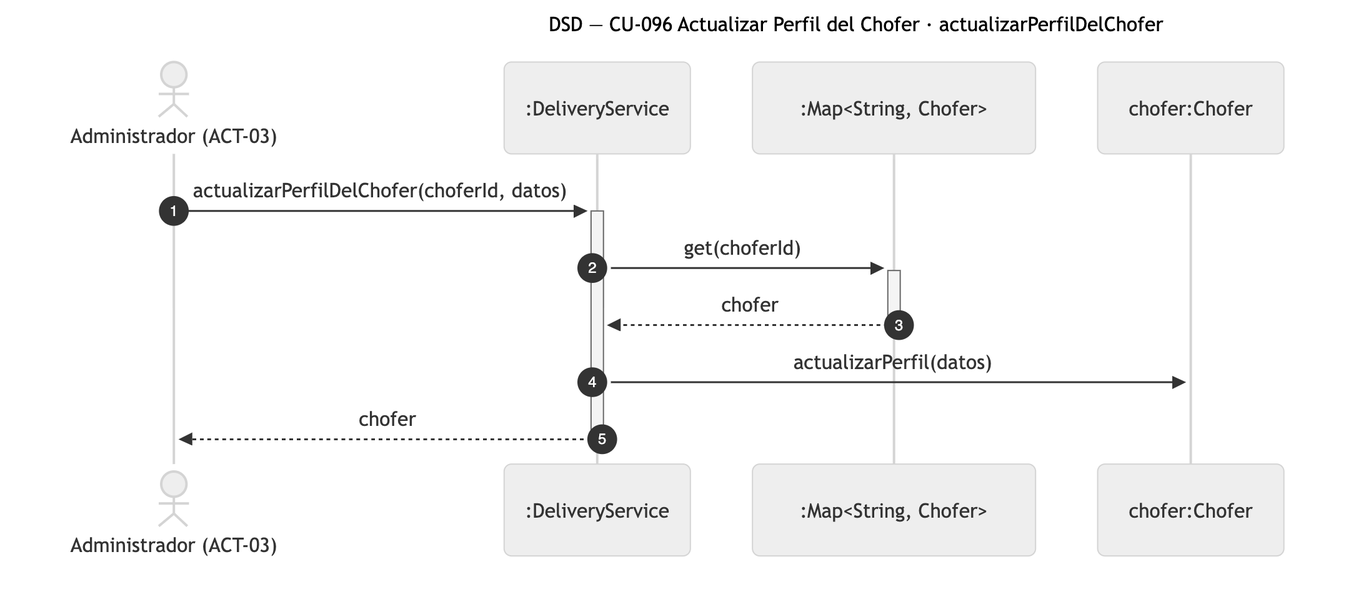
Earlier version of the Mermaid export diagramas/png/DSD_CU-096_actualizarPerfilDelChofer.png (Nahuelito-Dev/splg-docs). Its source is kept beside it as diagramas/DSD_CU-096_actualizarPerfilDelChofer.mmd.
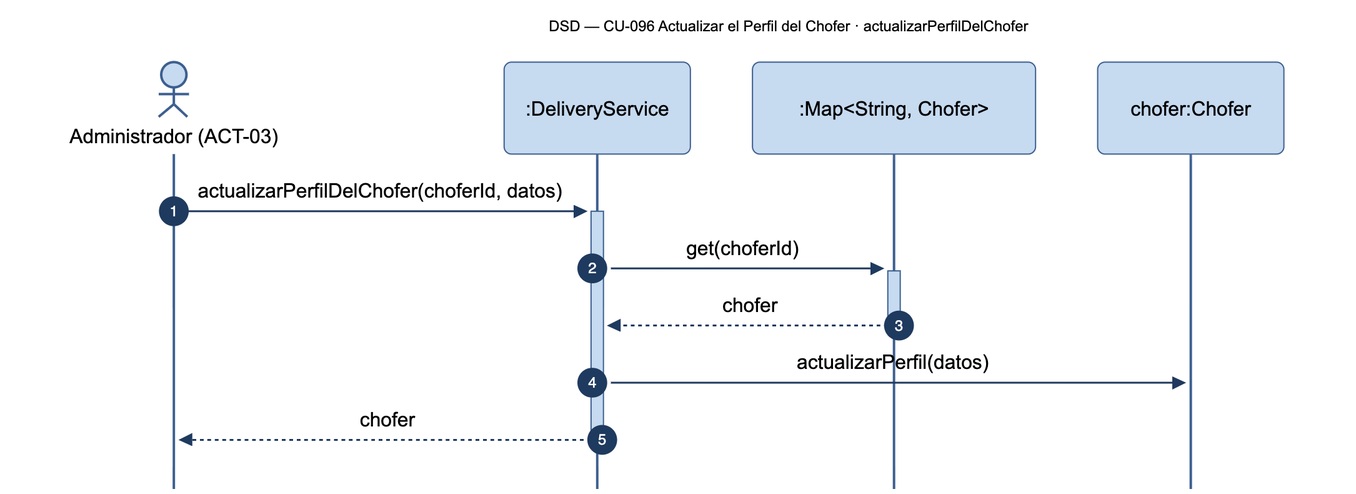
After the commit.

Change to the diagram source:
```diff
@@ -1,5 +1,5 @@
 sequenceDiagram
-    title DSD — CU-096 Actualizar Perfil del Chofer · actualizarPerfilDelChofer
+    title DSD — CU-096 Actualizar el Perfil del Chofer · actualizarPerfilDelChofer
     autonumber
     actor ADM as Administrador (ACT-03)
     participant SRV as :DeliveryService
```
